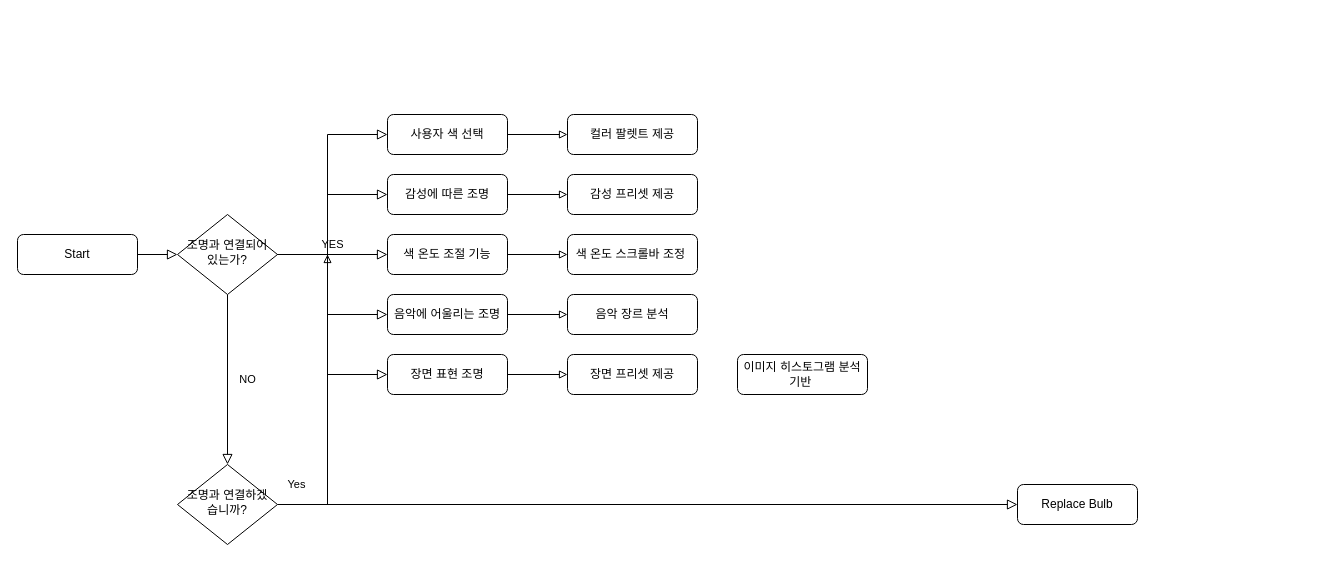
MasterOfAglioEolio/Smart-Light-Application-Project keeps this draw.io diagram as 제목 없는 다이어그램.drawio. Above is the earlier version. Source tidied: cells renumbered, new cells numbered last; positions are measured from the earlier drawing's top-left corner, leaving out a move shared by most shapes. Both pictures are drawn from the tidied source at 100%, with x=0, y=0 at pixel (17, 114).
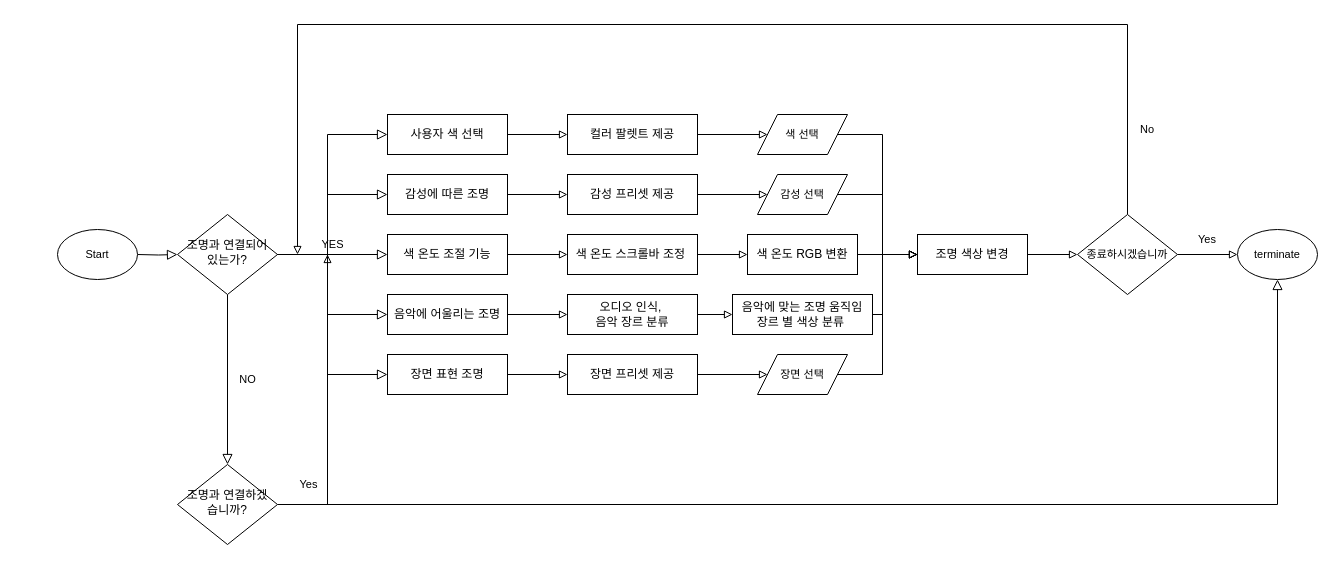
The same diagram, later.

Commit message:
제목 없는 다이어그램.drawio 업데이트

The change refers to these unchanged cells:
```xml
<mxCell id="6" value="조명과 연결되어 있는가?" style="rhombus;whiteSpace=wrap;html=1;shadow=0;fontFamily=Helvetica;fontSize=12;align=center;strokeWidth=1;spacing=6;spacingTop=-4;" parent="1" vertex="1">
  <mxGeometry x="160" y="100" width="100" height="80" as="geometry" />
</mxCell>
<mxCell id="10" value="조명과 연결하겠습니까?" style="rhombus;whiteSpace=wrap;html=1;shadow=0;fontFamily=Helvetica;fontSize=12;align=center;strokeWidth=1;spacing=6;spacingTop=-4;" parent="1" vertex="1">
  <mxGeometry x="160" y="350" width="100" height="80" as="geometry" />
</mxCell>
```

Diff of the diagram source:
```diff
@@
-    <mxCell id="2" style="rounded=0;html=1;jettySize=auto;fontSize=11;endArrow=block;endFill=0;endSize=8;strokeWidth=1;shadow=0;labelBackgroundColor=none;edgeStyle=orthogonalEdgeStyle;" parent="1" edge="1" source="3" target="6">
-      <mxGeometry relative="1" as="geometry" />
+    <mxCell id="2" style="rounded=0;html=1;jettySize=auto;fontSize=11;endArrow=block;endFill=0;endSize=8;strokeWidth=1;shadow=0;labelBackgroundColor=none;edgeStyle=orthogonalEdgeStyle;" parent="1" edge="1" target="6">
+      <mxGeometry relative="1" as="geometry">
+        <mxPoint x="120" y="140" as="sourcePoint" />
+      </mxGeometry>
     </mxCell>
-    <mxCell id="3" value="Start" style="rounded=1;whiteSpace=wrap;html=1;fontSize=12;glass=0;strokeWidth=1;shadow=0;" parent="1" vertex="1">
-      <mxGeometry y="120" width="120" height="40" as="geometry" />
-    </mxCell>
@@
-    <mxCell id="8" value="음악에 어울리는 조명" style="rounded=1;whiteSpace=wrap;html=1;fontSize=12;glass=0;strokeWidth=1;shadow=0;" parent="1" vertex="1">
+    <mxCell id="8" value="음악에 어울리는 조명" style="rounded=0;whiteSpace=wrap;html=1;fontSize=12;glass=0;strokeWidth=1;shadow=0;" parent="1" vertex="1">
       <mxGeometry x="370" y="180" width="120" height="40" as="geometry" />
     </mxCell>
-    <mxCell id="9" value="Yes" style="edgeStyle=orthogonalEdgeStyle;rounded=0;html=1;jettySize=auto;fontSize=11;endArrow=block;endFill=0;endSize=8;strokeWidth=1;shadow=0;labelBackgroundColor=none;" parent="1" edge="1" source="10" target="11">
+    <mxCell id="9" value="Yes" style="edgeStyle=orthogonalEdgeStyle;rounded=0;html=1;jettySize=auto;fontSize=11;endArrow=block;endFill=0;endSize=8;strokeWidth=1;shadow=0;labelBackgroundColor=none;entryX=0.5;entryY=1;entryDx=0;entryDy=0;" parent="1" edge="1" source="10" target="46">
       <mxGeometry x="-0.95" y="20" relative="1" as="geometry" />
     </mxCell>
@@
-    <mxCell id="11" value="Replace Bulb" style="rounded=1;whiteSpace=wrap;html=1;fontSize=12;glass=0;strokeWidth=1;shadow=0;" parent="1" vertex="1">
-      <mxGeometry x="1000" y="370" width="120" height="40" as="geometry" />
-    </mxCell>
@@
-    <mxCell id="14" value="장면 표현 조명" style="rounded=1;whiteSpace=wrap;html=1;fontSize=12;glass=0;strokeWidth=1;shadow=0;" parent="1" vertex="1">
+    <mxCell id="14" value="장면 표현 조명" style="rounded=0;whiteSpace=wrap;html=1;fontSize=12;glass=0;strokeWidth=1;shadow=0;" parent="1" vertex="1">
       <mxGeometry x="370" y="240" width="120" height="40" as="geometry" />
     </mxCell>
@@
-    <mxCell id="16" value="색 온도 조절 기능" style="rounded=1;whiteSpace=wrap;html=1;fontSize=12;glass=0;strokeWidth=1;shadow=0;" parent="1" vertex="1">
+    <mxCell id="16" value="색 온도 조절 기능" style="rounded=0;whiteSpace=wrap;html=1;fontSize=12;glass=0;strokeWidth=1;shadow=0;" parent="1" vertex="1">
       <mxGeometry x="370" y="120" width="120" height="40" as="geometry" />
     </mxCell>
@@
-    <mxCell id="18" value="감성에 따른 조명" style="rounded=1;whiteSpace=wrap;html=1;fontSize=12;glass=0;strokeWidth=1;shadow=0;" parent="1" vertex="1">
+    <mxCell id="18" value="감성에 따른 조명" style="rounded=0;whiteSpace=wrap;html=1;fontSize=12;glass=0;strokeWidth=1;shadow=0;" parent="1" vertex="1">
       <mxGeometry x="370" y="60" width="120" height="40" as="geometry" />
     </mxCell>
@@
-    <mxCell id="20" value="사용자 색 선택" style="rounded=1;whiteSpace=wrap;html=1;fontSize=12;glass=0;strokeWidth=1;shadow=0;" parent="1" vertex="1">
+    <mxCell id="20" value="사용자 색 선택" style="rounded=0;whiteSpace=wrap;html=1;fontSize=12;glass=0;strokeWidth=1;shadow=0;" parent="1" vertex="1">
       <mxGeometry x="370" width="120" height="40" as="geometry" />
     </mxCell>
@@
+    <mxCell id="31" style="edgeStyle=orthogonalEdgeStyle;shape=connector;rounded=0;jettySize=auto;html=1;exitX=1;exitY=0.5;exitDx=0;exitDy=0;entryX=0;entryY=0.5;entryDx=0;entryDy=0;labelBackgroundColor=default;strokeColor=default;align=center;verticalAlign=middle;fontFamily=Helvetica;fontSize=11;fontColor=default;endArrow=block;endFill=0;" parent="1" edge="1" source="25" target="37">
+      <mxGeometry relative="1" as="geometry" />
+    </mxCell>
-    <mxCell id="25" value="컬러 팔렛트 제공" style="rounded=1;whiteSpace=wrap;html=1;fontSize=12;glass=0;strokeWidth=1;shadow=0;" parent="1" vertex="1">
+    <mxCell id="25" value="컬러 팔렛트 제공" style="rounded=0;whiteSpace=wrap;html=1;fontSize=12;glass=0;strokeWidth=1;shadow=0;" parent="1" vertex="1">
       <mxGeometry x="550" width="130" height="40" as="geometry" />
     </mxCell>
+    <mxCell id="32" style="edgeStyle=orthogonalEdgeStyle;shape=connector;rounded=0;jettySize=auto;html=1;exitX=1;exitY=0.5;exitDx=0;exitDy=0;labelBackgroundColor=default;strokeColor=default;align=center;verticalAlign=middle;fontFamily=Helvetica;fontSize=11;fontColor=default;endArrow=block;endFill=0;" parent="1" edge="1" source="26" target="39">
+      <mxGeometry relative="1" as="geometry" />
+    </mxCell>
-    <mxCell id="26" value="감성 프리셋 제공" style="rounded=1;whiteSpace=wrap;html=1;fontSize=12;glass=0;strokeWidth=1;shadow=0;" parent="1" vertex="1">
+    <mxCell id="26" value="감성 프리셋 제공" style="rounded=0;whiteSpace=wrap;html=1;fontSize=12;glass=0;strokeWidth=1;shadow=0;" parent="1" vertex="1">
       <mxGeometry x="550" y="60" width="130" height="40" as="geometry" />
     </mxCell>
+    <mxCell id="33" style="edgeStyle=orthogonalEdgeStyle;shape=connector;rounded=0;jettySize=auto;html=1;exitX=1;exitY=0.5;exitDx=0;exitDy=0;labelBackgroundColor=default;strokeColor=default;align=center;verticalAlign=middle;fontFamily=Helvetica;fontSize=11;fontColor=default;endArrow=block;endFill=0;" parent="1" edge="1" source="27" target="45">
+      <mxGeometry relative="1" as="geometry" />
+    </mxCell>
-    <mxCell id="27" value="색 온도 스크롤바 조정&amp;nbsp;" style="rounded=1;whiteSpace=wrap;html=1;fontSize=12;glass=0;strokeWidth=1;shadow=0;" parent="1" vertex="1">
+    <mxCell id="27" value="색 온도 스크롤바 조정&amp;nbsp;" style="rounded=0;whiteSpace=wrap;html=1;fontSize=12;glass=0;strokeWidth=1;shadow=0;" parent="1" vertex="1">
       <mxGeometry x="550" y="120" width="130" height="40" as="geometry" />
     </mxCell>
+    <mxCell id="34" style="edgeStyle=orthogonalEdgeStyle;shape=connector;rounded=0;jettySize=auto;html=1;exitX=1;exitY=0.5;exitDx=0;exitDy=0;entryX=0;entryY=0.5;entryDx=0;entryDy=0;labelBackgroundColor=default;strokeColor=default;align=center;verticalAlign=middle;fontFamily=Helvetica;fontSize=11;fontColor=default;endArrow=block;endFill=0;" parent="1" edge="1" source="28" target="41">
+      <mxGeometry relative="1" as="geometry" />
+    </mxCell>
-    <mxCell id="28" value="음악 장르 분석" style="rounded=1;whiteSpace=wrap;html=1;fontSize=12;glass=0;strokeWidth=1;shadow=0;" parent="1" vertex="1">
+    <mxCell id="28" value="오디오 인식,&amp;nbsp;&lt;br&gt;음악 장르 분류" style="rounded=0;whiteSpace=wrap;html=1;fontSize=12;glass=0;strokeWidth=1;shadow=0;" parent="1" vertex="1">
       <mxGeometry x="550" y="180" width="130" height="40" as="geometry" />
     </mxCell>
+    <mxCell id="35" style="edgeStyle=orthogonalEdgeStyle;shape=connector;rounded=0;jettySize=auto;html=1;exitX=1;exitY=0.5;exitDx=0;exitDy=0;labelBackgroundColor=default;strokeColor=default;align=center;verticalAlign=middle;fontFamily=Helvetica;fontSize=11;fontColor=default;endArrow=block;endFill=0;" parent="1" edge="1" source="29" target="43">
+      <mxGeometry relative="1" as="geometry" />
+    </mxCell>
-    <mxCell id="29" value="장면 프리셋 제공" style="rounded=1;whiteSpace=wrap;html=1;fontSize=12;glass=0;strokeWidth=1;shadow=0;" parent="1" vertex="1">
+    <mxCell id="29" value="장면 프리셋 제공" style="rounded=0;whiteSpace=wrap;html=1;fontSize=12;glass=0;strokeWidth=1;shadow=0;" parent="1" vertex="1">
       <mxGeometry x="550" y="240" width="130" height="40" as="geometry" />
     </mxCell>
-    <mxCell id="30" value="이미지 히스토그램 분석 기반&amp;nbsp;" style="rounded=1;whiteSpace=wrap;html=1;fontSize=12;glass=0;strokeWidth=1;shadow=0;" parent="1" vertex="1">
-      <mxGeometry x="720" y="240" width="130" height="40" as="geometry" />
-    </mxCell>
+    <mxCell id="36" style="edgeStyle=orthogonalEdgeStyle;shape=connector;rounded=0;jettySize=auto;html=1;exitX=1;exitY=0.5;exitDx=0;exitDy=0;entryX=0;entryY=0.5;entryDx=0;entryDy=0;labelBackgroundColor=default;strokeColor=default;align=center;verticalAlign=middle;fontFamily=Helvetica;fontSize=11;fontColor=default;endArrow=block;endFill=0;" parent="1" edge="1" source="37" target="48">
+      <mxGeometry relative="1" as="geometry" />
+    </mxCell>
+    <mxCell id="37" value="색 선택" style="shape=parallelogram;perimeter=parallelogramPerimeter;whiteSpace=wrap;html=1;fixedSize=1;fontFamily=Helvetica;fontSize=11;fontColor=default;" parent="1" vertex="1">
+      <mxGeometry x="740" width="90" height="40" as="geometry" />
+    </mxCell>
+    <mxCell id="38" style="edgeStyle=orthogonalEdgeStyle;shape=connector;rounded=0;jettySize=auto;html=1;exitX=1;exitY=0.5;exitDx=0;exitDy=0;entryX=0;entryY=0.5;entryDx=0;entryDy=0;labelBackgroundColor=default;strokeColor=default;align=center;verticalAlign=middle;fontFamily=Helvetica;fontSize=11;fontColor=default;endArrow=block;endFill=0;" parent="1" edge="1" source="39" target="48">
+      <mxGeometry relative="1" as="geometry" />
+    </mxCell>
+    <mxCell id="39" value="감성 선택" style="shape=parallelogram;perimeter=parallelogramPerimeter;whiteSpace=wrap;html=1;fixedSize=1;fontFamily=Helvetica;fontSize=11;fontColor=default;" parent="1" vertex="1">
+      <mxGeometry x="740" y="60" width="90" height="40" as="geometry" />
+    </mxCell>
+    <mxCell id="40" style="edgeStyle=orthogonalEdgeStyle;shape=connector;rounded=0;jettySize=auto;html=1;exitX=1;exitY=0.5;exitDx=0;exitDy=0;labelBackgroundColor=default;strokeColor=default;align=center;verticalAlign=middle;fontFamily=Helvetica;fontSize=11;fontColor=default;endArrow=block;endFill=0;" parent="1" edge="1" target="48">
+      <mxGeometry relative="1" as="geometry">
+        <mxPoint x="835" y="200" as="sourcePoint" />
+        <Array as="points">
+          <mxPoint x="865" y="200" />
+          <mxPoint x="865" y="140" />
+        </Array>
+      </mxGeometry>
+    </mxCell>
+    <mxCell id="41" value="음악에 맞는 조명 움직임&lt;br&gt;장르 별 색상 분류&amp;nbsp;" style="rounded=0;whiteSpace=wrap;html=1;fontSize=12;glass=0;strokeWidth=1;shadow=0;" parent="1" vertex="1">
+      <mxGeometry x="715" y="180" width="140" height="40" as="geometry" />
+    </mxCell>
+    <mxCell id="42" style="edgeStyle=orthogonalEdgeStyle;shape=connector;rounded=0;jettySize=auto;html=1;exitX=1;exitY=0.5;exitDx=0;exitDy=0;entryX=0;entryY=0.5;entryDx=0;entryDy=0;labelBackgroundColor=default;strokeColor=default;align=center;verticalAlign=middle;fontFamily=Helvetica;fontSize=11;fontColor=default;endArrow=block;endFill=0;" parent="1" edge="1" source="43" target="48">
+      <mxGeometry relative="1" as="geometry" />
+    </mxCell>
+    <mxCell id="43" value="장면 선택" style="shape=parallelogram;perimeter=parallelogramPerimeter;whiteSpace=wrap;html=1;fixedSize=1;fontFamily=Helvetica;fontSize=11;fontColor=default;" parent="1" vertex="1">
+      <mxGeometry x="740" y="240" width="90" height="40" as="geometry" />
+    </mxCell>
+    <mxCell id="44" style="edgeStyle=orthogonalEdgeStyle;shape=connector;rounded=0;jettySize=auto;html=1;exitX=1;exitY=0.5;exitDx=0;exitDy=0;entryX=0;entryY=0.5;entryDx=0;entryDy=0;labelBackgroundColor=default;strokeColor=default;align=center;verticalAlign=middle;fontFamily=Helvetica;fontSize=11;fontColor=default;endArrow=block;endFill=0;" parent="1" edge="1" source="45" target="48">
+      <mxGeometry relative="1" as="geometry" />
+    </mxCell>
+    <mxCell id="45" value="색 온도 RGB 변환" style="rounded=0;whiteSpace=wrap;html=1;fontSize=12;glass=0;strokeWidth=1;shadow=0;" parent="1" vertex="1">
+      <mxGeometry x="730" y="120" width="110" height="40" as="geometry" />
+    </mxCell>
+    <mxCell id="3" value="Start" style="ellipse;whiteSpace=wrap;html=1;fontFamily=Helvetica;fontSize=11;fontColor=default;" parent="1" vertex="1">
+      <mxGeometry x="40" y="115" width="80" height="50" as="geometry" />
+    </mxCell>
+    <mxCell id="46" value="terminate" style="ellipse;whiteSpace=wrap;html=1;fontFamily=Helvetica;fontSize=11;fontColor=default;" parent="1" vertex="1">
+      <mxGeometry x="1220" y="115" width="80" height="50" as="geometry" />
+    </mxCell>
+    <mxCell id="47" style="edgeStyle=orthogonalEdgeStyle;shape=connector;rounded=0;jettySize=auto;html=1;exitX=1;exitY=0.5;exitDx=0;exitDy=0;entryX=0;entryY=0.5;entryDx=0;entryDy=0;labelBackgroundColor=default;strokeColor=default;align=center;verticalAlign=middle;fontFamily=Helvetica;fontSize=11;fontColor=default;endArrow=block;endFill=0;" parent="1" edge="1" source="48" target="51">
+      <mxGeometry relative="1" as="geometry" />
+    </mxCell>
+    <mxCell id="48" value="조명 색상 변경" style="rounded=0;whiteSpace=wrap;html=1;fontSize=12;glass=0;strokeWidth=1;shadow=0;" parent="1" vertex="1">
+      <mxGeometry x="900" y="120" width="110" height="40" as="geometry" />
+    </mxCell>
+    <mxCell id="49" style="edgeStyle=orthogonalEdgeStyle;shape=connector;rounded=0;jettySize=auto;html=1;exitX=1;exitY=0.5;exitDx=0;exitDy=0;entryX=0;entryY=0.5;entryDx=0;entryDy=0;labelBackgroundColor=default;strokeColor=default;align=center;verticalAlign=middle;fontFamily=Helvetica;fontSize=11;fontColor=default;endArrow=block;endFill=0;" parent="1" edge="1" source="51" target="46">
+      <mxGeometry relative="1" as="geometry" />
+    </mxCell>
+    <mxCell id="50" style="edgeStyle=orthogonalEdgeStyle;shape=connector;rounded=0;jettySize=auto;html=1;exitX=0.5;exitY=0;exitDx=0;exitDy=0;labelBackgroundColor=default;strokeColor=default;align=center;verticalAlign=middle;fontFamily=Helvetica;fontSize=11;fontColor=default;endArrow=block;endFill=0;" parent="1" edge="1" source="51">
+      <mxGeometry relative="1" as="geometry">
+        <mxPoint x="280" y="140" as="targetPoint" />
+        <Array as="points">
+          <mxPoint x="1110" y="-90" />
+          <mxPoint x="280" y="-90" />
+        </Array>
+      </mxGeometry>
+    </mxCell>
+    <mxCell id="51" value="종료하시겠습니까" style="rhombus;whiteSpace=wrap;html=1;fontFamily=Helvetica;fontSize=11;fontColor=default;" parent="1" vertex="1">
+      <mxGeometry x="1060" y="100" width="100" height="80" as="geometry" />
+    </mxCell>
+    <mxCell id="52" value="Yes" style="text;html=1;strokeColor=none;fillColor=none;align=center;verticalAlign=middle;whiteSpace=wrap;rounded=0;fontFamily=Helvetica;fontSize=11;fontColor=default;" parent="1" vertex="1">
+      <mxGeometry x="1160" y="110" width="60" height="30" as="geometry" />
+    </mxCell>
+    <mxCell id="53" value="No" style="text;html=1;strokeColor=none;fillColor=none;align=center;verticalAlign=middle;whiteSpace=wrap;rounded=0;fontFamily=Helvetica;fontSize=11;fontColor=default;" parent="1" vertex="1">
+      <mxGeometry x="1100" width="60" height="30" as="geometry" />
+    </mxCell>
```
